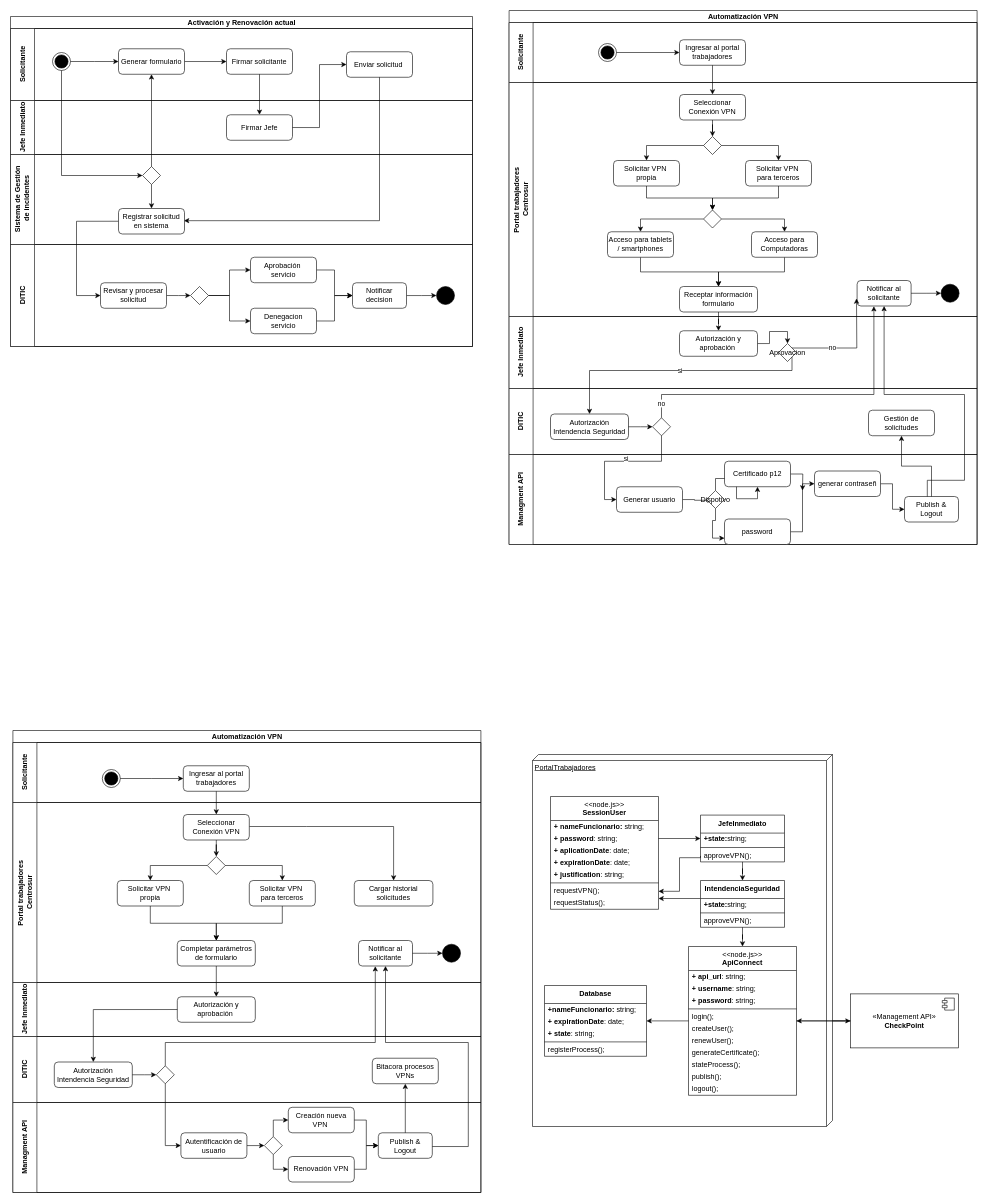
Before: automatizacion-VPN.drawio in bboythian/centrosur-pasantia, a draw.io diagram. Source tidied: cells renumbered, new cells numbered last; positions are measured from the earlier drawing's top-left corner, leaving out a move shared by most shapes. Both pictures are drawn from the tidied source at 60%, with x=0, y=0 at pixel (10, 10).
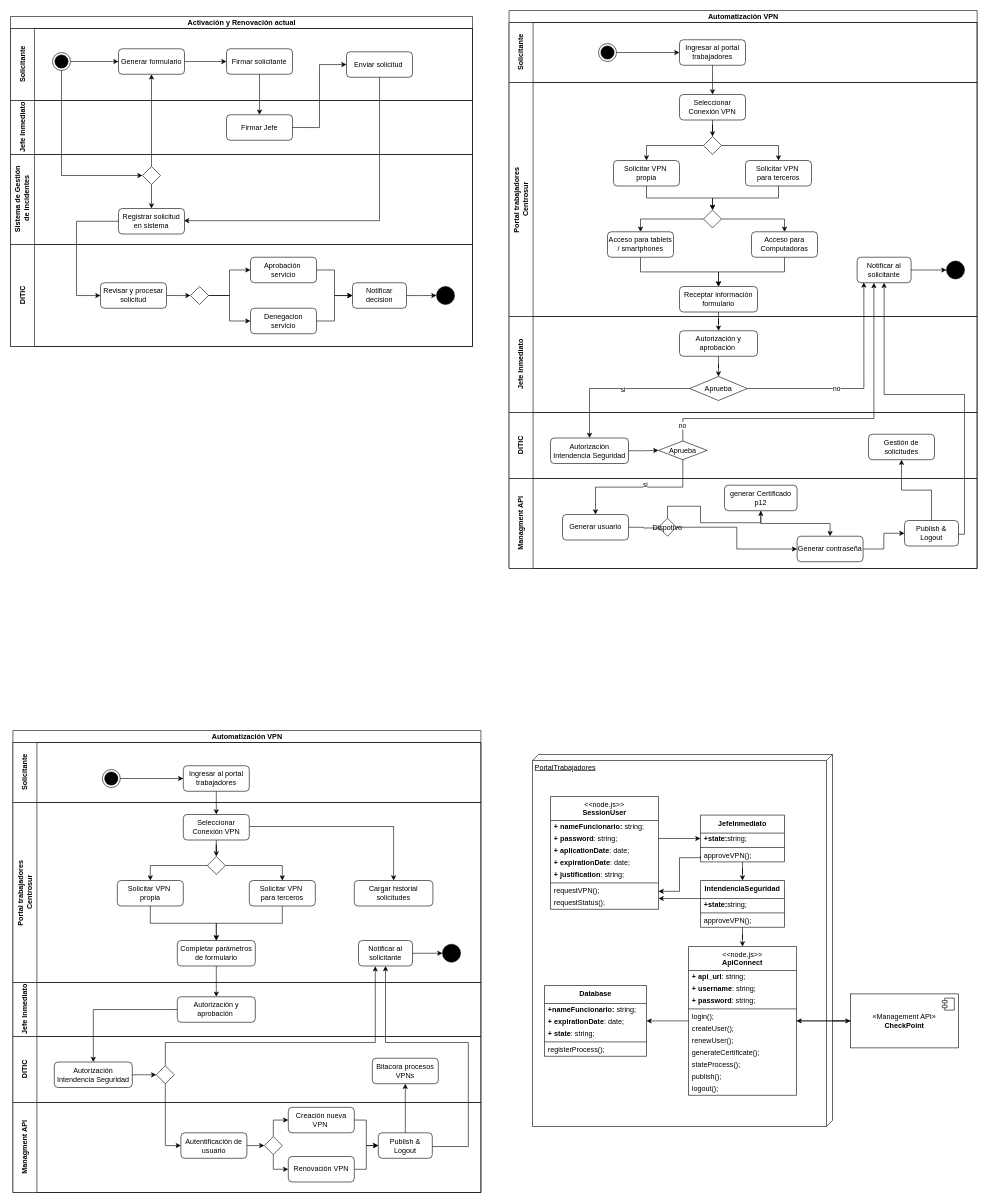
The same diagram, later.

Unchanged cells that the change refers to:
```xml
<mxCell id="40" value="Portal trabajadores&amp;nbsp;&lt;div&gt;Centrosur&lt;/div&gt;" style="swimlane;startSize=40;horizontal=0;html=1;" parent="35" vertex="1">
  <mxGeometry y="120" width="780" height="390" as="geometry" />
</mxCell>
<mxCell id="71" value="Autorización Intendencia Seguridad" style="rounded=1;whiteSpace=wrap;html=1;" parent="68" vertex="1">
  <mxGeometry x="69" y="42.5" width="130" height="42.5" as="geometry" />
</mxCell>
<mxCell id="79" value="Publish &amp;amp; Logout" style="rounded=1;whiteSpace=wrap;html=1;" parent="74" vertex="1">
  <mxGeometry x="659" y="70" width="90" height="42.5" as="geometry" />
</mxCell>
```

The edit, as a diff of the source:
```diff
@@
     <mxCell id="35" value="Automatización VPN" style="swimlane;horizontal=1;startSize=20;html=1;" parent="1" vertex="1">
-      <mxGeometry x="831" width="780" height="890" as="geometry" />
+      <mxGeometry x="831" width="780" height="930" as="geometry" />
     </mxCell>
@@
     <mxCell id="41" style="ellipse;fillColor=strokeColor;html=1;" parent="40" vertex="1">
-      <mxGeometry x="720" y="336.2" width="30" height="30" as="geometry" />
+      <mxGeometry x="729" y="297.5" width="30" height="30" as="geometry" />
     </mxCell>
     <mxCell id="42" value="Notificar al solicitante" style="rounded=1;whiteSpace=wrap;html=1;" parent="40" vertex="1">
-      <mxGeometry x="580" y="330" width="90" height="42.5" as="geometry" />
+      <mxGeometry x="580" y="291.2" width="90" height="42.5" as="geometry" />
     </mxCell>
@@
     <mxCell id="61" value="Jefe Inmediato" style="swimlane;startSize=40;horizontal=0;html=1;" parent="35" vertex="1">
-      <mxGeometry y="510" width="780" height="120" as="geometry" />
+      <mxGeometry y="510" width="780" height="160" as="geometry" />
     </mxCell>
@@
-    <mxCell id="64" style="edgeStyle=orthogonalEdgeStyle;rounded=0;jettySize=auto;html=1;exitX=0;exitY=0;exitDx=0;exitDy=0;" parent="61" edge="1" source="66">
-      <mxGeometry relative="1" as="geometry">
-        <mxPoint x="579" y="-30" as="targetPoint" />
-      </mxGeometry>
-    </mxCell>
-    <mxCell id="65" value="no" style="edgeLabel;html=1;align=center;verticalAlign=middle;" parent="64" vertex="1">
-      <mxGeometry x="-0.2" y="1" relative="1" as="geometry" />
-    </mxCell>
-    <mxCell id="66" value="Aprovacion" style="rhombus;" parent="61" vertex="1">
-      <mxGeometry x="449" y="45" width="30" height="30" as="geometry" />
+    <mxCell id="66" value="Aprueba" style="rhombus;" parent="61" vertex="1">
+      <mxGeometry x="301" y="100" width="96" height="40" as="geometry" />
     </mxCell>
     <mxCell id="67" style="edgeStyle=orthogonalEdgeStyle;rounded=0;jettySize=auto;html=1;entryX=0.5;entryY=1;entryDx=0;entryDy=0;exitX=0.972;exitY=0.538;exitDx=0;exitDy=0;exitPerimeter=0;" parent="35" edge="1" source="79" target="42">
       <mxGeometry relative="1" as="geometry">
         <Array as="points">
-          <mxPoint x="697" y="783" />
-          <mxPoint x="759" y="783" />
+          <mxPoint x="759" y="873" />
           <mxPoint x="759" y="640" />
           <mxPoint x="625" y="640" />
         </Array>
       </mxGeometry>
     </mxCell>
     <mxCell id="68" value="DITIC" style="swimlane;startSize=40;horizontal=0;html=1;" parent="35" vertex="1">
-      <mxGeometry y="630" width="780" height="110" as="geometry" />
+      <mxGeometry y="670" width="780" height="110" as="geometry" />
     </mxCell>
@@
-    <mxCell id="72" style="rhombus;" parent="68" vertex="1">
-      <mxGeometry x="239" y="48.8" width="30" height="30" as="geometry" />
+    <mxCell id="72" value="Aprueba" style="rhombus;" parent="68" vertex="1">
+      <mxGeometry x="249" y="47.5" width="81" height="31.2" as="geometry" />
     </mxCell>
@@
     <mxCell id="74" value="Managment API" style="swimlane;startSize=40;horizontal=0;html=1;" parent="35" vertex="1">
-      <mxGeometry y="740" width="780" height="150" as="geometry" />
+      <mxGeometry y="780" width="780" height="150" as="geometry" />
     </mxCell>
@@
-    <mxCell id="76" value="generar contraseñ" style="rounded=1;whiteSpace=wrap;html=1;" parent="74" vertex="1">
-      <mxGeometry x="509" y="27.5" width="110" height="42.5" as="geometry" />
+    <mxCell id="76" value="Generar contraseña" style="rounded=1;whiteSpace=wrap;html=1;" parent="74" vertex="1">
+      <mxGeometry x="480" y="96.2" width="110" height="42.5" as="geometry" />
     </mxCell>
@@
     <mxCell id="78" value="Generar usuario" style="rounded=1;whiteSpace=wrap;html=1;" parent="74" vertex="1">
-      <mxGeometry x="179" y="53.8" width="110" height="42.5" as="geometry" />
+      <mxGeometry x="89" y="60" width="110" height="42.5" as="geometry" />
     </mxCell>
@@
-    <mxCell id="81" style="edgeStyle=orthogonalEdgeStyle;rounded=0;jettySize=auto;html=1;entryX=0;entryY=0.75;entryDx=0;entryDy=0;" parent="74" edge="1" source="82" target="86">
+    <mxCell id="81" style="edgeStyle=orthogonalEdgeStyle;rounded=0;jettySize=auto;html=1;" parent="74" edge="1" source="82" target="76">
       <mxGeometry relative="1" as="geometry" />
     </mxCell>
     <mxCell id="82" value="Dispotivo" style="rhombus;" parent="74" vertex="1">
-      <mxGeometry x="329" y="60" width="30" height="30" as="geometry" />
+      <mxGeometry x="249" y="66.2" width="30" height="30" as="geometry" />
     </mxCell>
-    <mxCell id="83" style="edgeStyle=orthogonalEdgeStyle;rounded=0;jettySize=auto;html=1;" parent="74" edge="1" source="84">
-      <mxGeometry relative="1" as="geometry">
-        <mxPoint x="489" y="60" as="targetPoint" />
-      </mxGeometry>
+    <mxCell id="83" style="edgeStyle=orthogonalEdgeStyle;rounded=0;jettySize=auto;html=1;" parent="74" edge="1" source="84" target="76">
+      <mxGeometry relative="1" as="geometry" />
     </mxCell>
-    <mxCell id="84" value="Certificado p12" style="rounded=1;whiteSpace=wrap;html=1;" parent="74" vertex="1">
-      <mxGeometry x="359" y="11.2" width="110" height="42.5" as="geometry" />
+    <mxCell id="84" value="generar Certificado p12" style="rounded=1;whiteSpace=wrap;html=1;" parent="74" vertex="1">
+      <mxGeometry x="359" y="11.2" width="121" height="42.5" as="geometry" />
     </mxCell>
-    <mxCell id="85" style="edgeStyle=orthogonalEdgeStyle;rounded=0;jettySize=auto;html=1;entryX=0;entryY=0.5;entryDx=0;entryDy=0;" parent="74" edge="1" source="86" target="76">
-      <mxGeometry relative="1" as="geometry" />
-    </mxCell>
-    <mxCell id="86" value="password" style="rounded=1;whiteSpace=wrap;html=1;" parent="74" vertex="1">
-      <mxGeometry x="359" y="107.5" width="110" height="42.5" as="geometry" />
-    </mxCell>
@@
-    <mxCell id="89" style="edgeStyle=orthogonalEdgeStyle;rounded=0;jettySize=auto;html=1;entryX=0.5;entryY=0;entryDx=0;entryDy=0;exitX=1;exitY=1;exitDx=0;exitDy=0;" parent="35" edge="1" source="66" target="71">
-      <mxGeometry relative="1" as="geometry">
-        <Array as="points">
-          <mxPoint x="472" y="600" />
-          <mxPoint x="134" y="600" />
-        </Array>
-      </mxGeometry>
-    </mxCell>
-    <mxCell id="90" value="si" style="edgeLabel;html=1;align=center;verticalAlign=middle;" parent="89" vertex="1">
-      <mxGeometry x="-0.03" relative="1" as="geometry" />
-    </mxCell>
-    <mxCell id="91" style="edgeStyle=orthogonalEdgeStyle;rounded=0;jettySize=auto;html=1;entryX=0;entryY=0.5;entryDx=0;entryDy=0;exitX=0.5;exitY=1;exitDx=0;exitDy=0;" parent="35" edge="1" source="72" target="78">
+    <mxCell id="91" style="edgeStyle=orthogonalEdgeStyle;rounded=0;jettySize=auto;html=1;entryX=0.5;entryY=0;entryDx=0;entryDy=0;exitX=0.5;exitY=1;exitDx=0;exitDy=0;" parent="35" edge="1" source="72" target="78">
       <mxGeometry relative="1" as="geometry" />
     </mxCell>
@@
     <mxCell id="94" style="edgeStyle=orthogonalEdgeStyle;rounded=0;jettySize=auto;html=1;exitX=0.5;exitY=0;exitDx=0;exitDy=0;entryX=0.311;entryY=1.008;entryDx=0;entryDy=0;entryPerimeter=0;" parent="35" edge="1" source="72" target="42">
       <mxGeometry relative="1" as="geometry">
         <Array as="points">
-          <mxPoint x="254" y="640" />
-          <mxPoint x="608" y="640" />
+          <mxPoint x="290" y="680" />
+          <mxPoint x="608" y="680" />
         </Array>
       </mxGeometry>
     </mxCell>
@@
+    <mxCell id="89" style="edgeStyle=orthogonalEdgeStyle;rounded=0;jettySize=auto;html=1;" parent="35" edge="1" source="66" target="71">
+      <mxGeometry relative="1" as="geometry" />
+    </mxCell>
+    <mxCell id="90" value="si" style="edgeLabel;html=1;align=center;verticalAlign=middle;" parent="89" vertex="1">
+      <mxGeometry x="-0.1" y="1" relative="1" as="geometry" />
+    </mxCell>
+    <mxCell id="64" style="edgeStyle=orthogonalEdgeStyle;rounded=0;jettySize=auto;html=1;exitX=1;exitY=0.5;exitDx=0;exitDy=0;entryX=0.125;entryY=0.988;entryDx=0;entryDy=0;entryPerimeter=0;" parent="35" edge="1" source="66" target="42">
+      <mxGeometry relative="1" as="geometry" />
+    </mxCell>
+    <mxCell id="65" value="no" style="edgeLabel;html=1;align=center;verticalAlign=middle;" parent="64" vertex="1">
+      <mxGeometry x="-0.2" y="1" relative="1" as="geometry" />
+    </mxCell>
```
